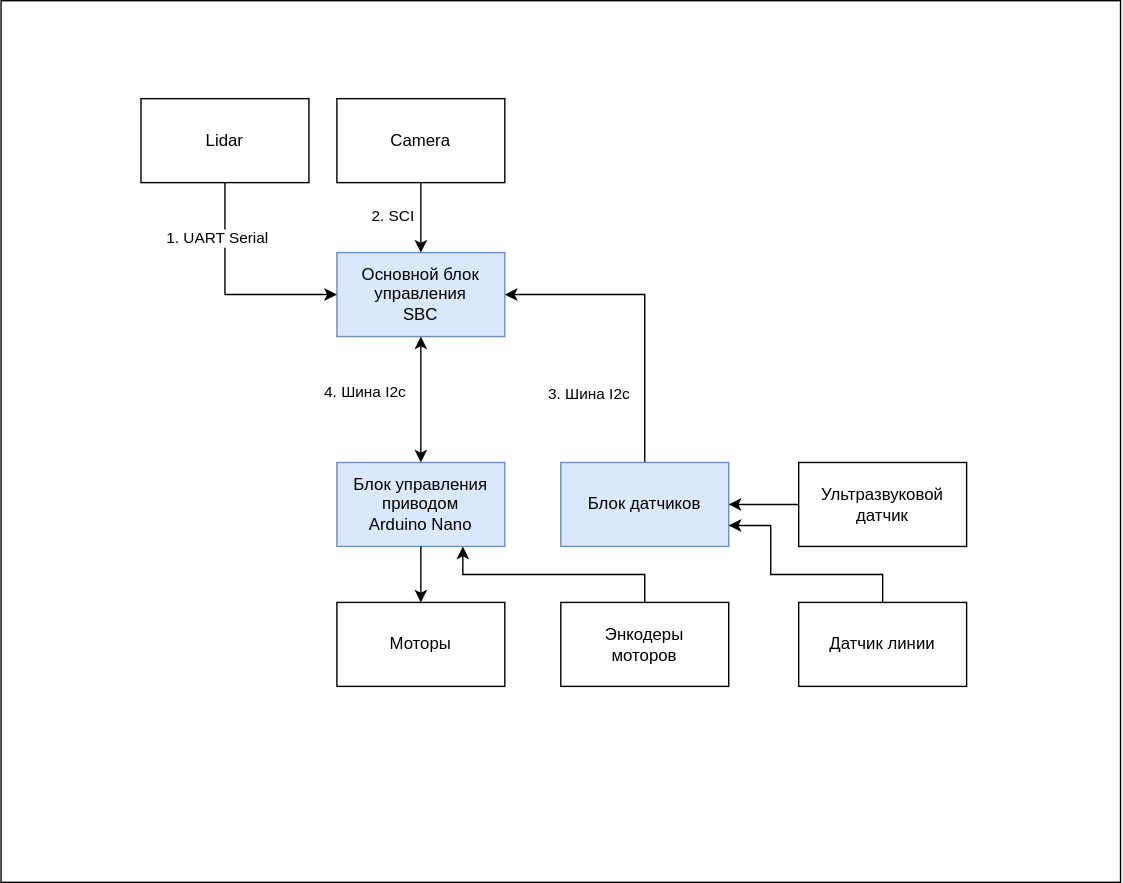
This is docs/media/Component_diagram.svg from makarov-na/turtle-bot, a draw.io export, as it was before one commit. Source tidied: cells renumbered, new cells last; positions are measured from the earlier drawing's top-left corner, leaving out a move shared by most shapes.
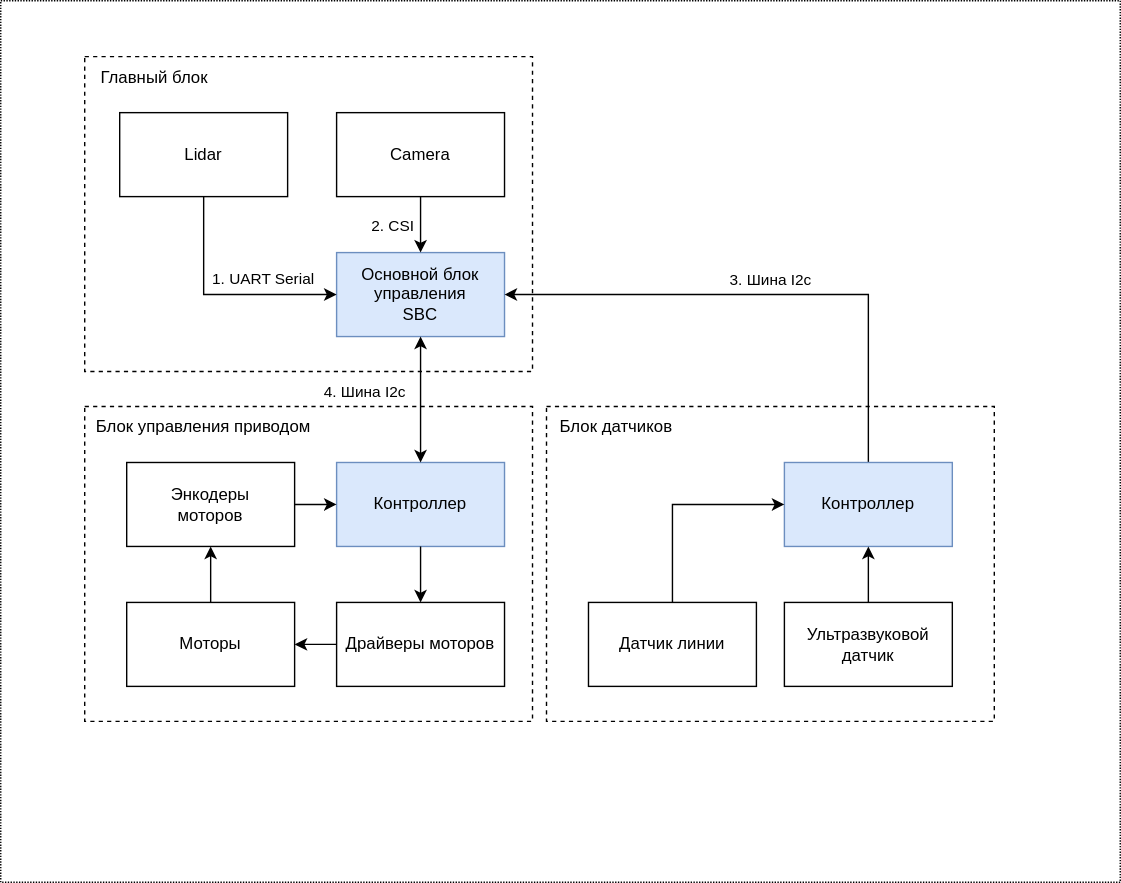
After the commit.

Commit message:
Components architecture diagram

What changed in the source:
```diff
@@ -2,13 +2,22 @@
   <root>
     <mxCell id="0" />
     <mxCell id="1" parent="0" />
-    <mxCell id="2" style="rounded=0;whiteSpace=wrap;html=1;" parent="1" vertex="1">
+    <mxCell id="2" style="rounded=0;whiteSpace=wrap;html=1;dashed=1;dashPattern=1 1;" parent="1" vertex="1">
       <mxGeometry width="800" height="630" as="geometry" />
     </mxCell>
+    <mxCell id="24" value="&lt;div style=&quot;&quot;&gt;&lt;br&gt;&lt;/div&gt;" style="rounded=0;whiteSpace=wrap;html=1;dashed=1;align=left;" parent="1" vertex="1">
+      <mxGeometry x="60" y="40" width="320" height="225" as="geometry" />
+    </mxCell>
+    <mxCell id="25" style="rounded=0;whiteSpace=wrap;html=1;dashed=1;" parent="1" vertex="1">
+      <mxGeometry x="390" y="290" width="320" height="225" as="geometry" />
+    </mxCell>
+    <mxCell id="26" value="&lt;div style=&quot;&quot;&gt;&lt;br&gt;&lt;/div&gt;" style="rounded=0;whiteSpace=wrap;html=1;dashed=1;align=left;" parent="1" vertex="1">
+      <mxGeometry x="60" y="290" width="320" height="225" as="geometry" />
+    </mxCell>
     <mxCell id="3" value="Основной блок управления&lt;br&gt;SBC" style="rounded=0;whiteSpace=wrap;html=1;fillColor=#dae8fc;strokeColor=#6c8ebf;" parent="1" vertex="1">
       <mxGeometry x="240" y="180" width="120" height="60" as="geometry" />
     </mxCell>
-    <mxCell id="4" value="Блок управления приводом&lt;br&gt;Arduino Nano" style="rounded=0;whiteSpace=wrap;html=1;fillColor=#dae8fc;strokeColor=#6c8ebf;" parent="1" vertex="1">
+    <mxCell id="4" value="Контроллер" style="rounded=0;whiteSpace=wrap;html=1;fillColor=#dae8fc;strokeColor=#6c8ebf;" parent="1" vertex="1">
       <mxGeometry x="240" y="330" width="120" height="60" as="geometry" />
     </mxCell>
     <mxCell id="5" style="endArrow=classic;startArrow=classic;html=1;rounded=0;entryX=0.5;entryY=1;entryDx=0;entryDy=0;exitX=0.5;exitY=0;exitDx=0;exitDy=0;" parent="1" edge="1" source="4" target="3">
@@ -24,63 +33,79 @@
     </mxCell>
     <mxCell id="8" value="1. UART Serial&amp;nbsp;" style="edgeLabel;html=1;align=center;verticalAlign=middle;" parent="7" vertex="1">
       <mxGeometry x="-0.51" y="-3" relative="1" as="geometry">
-        <mxPoint x="-1" as="offset" />
+        <mxPoint x="47" y="19" as="offset" />
       </mxGeometry>
     </mxCell>
     <mxCell id="9" value="Lidar" style="rounded=0;whiteSpace=wrap;html=1;" parent="1" vertex="1">
-      <mxGeometry x="100" y="70" width="120" height="60" as="geometry" />
+      <mxGeometry x="85" y="80" width="120" height="60" as="geometry" />
     </mxCell>
     <mxCell id="10" style="edgeStyle=orthogonalEdgeStyle;rounded=0;jettySize=auto;html=1;exitX=0.5;exitY=1;exitDx=0;exitDy=0;entryX=0.5;entryY=0;entryDx=0;entryDy=0;" parent="1" edge="1" source="12" target="3">
       <mxGeometry relative="1" as="geometry" />
     </mxCell>
-    <mxCell id="11" value="2. SCI" style="edgeLabel;html=1;align=center;verticalAlign=middle;" parent="10" vertex="1">
+    <mxCell id="11" value="2. CSI" style="edgeLabel;html=1;align=center;verticalAlign=middle;" parent="10" vertex="1">
       <mxGeometry x="-0.04" y="-4" relative="1" as="geometry">
-        <mxPoint x="-16" as="offset" />
+        <mxPoint x="-16" y="1" as="offset" />
       </mxGeometry>
     </mxCell>
     <mxCell id="12" value="Camera" style="rounded=0;whiteSpace=wrap;html=1;" parent="1" vertex="1">
-      <mxGeometry x="240" y="70" width="120" height="60" as="geometry" />
+      <mxGeometry x="240" y="80" width="120" height="60" as="geometry" />
     </mxCell>
+    <mxCell id="27" style="edgeStyle=orthogonalEdgeStyle;rounded=0;jettySize=auto;html=1;" parent="1" edge="1" source="13" target="23">
+      <mxGeometry relative="1" as="geometry" />
+    </mxCell>
     <mxCell id="13" value="Моторы" style="rounded=0;whiteSpace=wrap;html=1;" parent="1" vertex="1">
-      <mxGeometry x="240" y="430" width="120" height="60" as="geometry" />
+      <mxGeometry x="90" y="430" width="120" height="60" as="geometry" />
     </mxCell>
     <mxCell id="14" style="edgeStyle=orthogonalEdgeStyle;rounded=0;jettySize=auto;html=1;exitX=0.5;exitY=0;exitDx=0;exitDy=0;entryX=1;entryY=0.5;entryDx=0;entryDy=0;" parent="1" edge="1" source="16" target="3">
       <mxGeometry relative="1" as="geometry" />
     </mxCell>
     <mxCell id="15" value="3. Шина I2c" style="edgeLabel;html=1;align=center;verticalAlign=middle;" parent="14" vertex="1">
       <mxGeometry x="-0.25" y="-2" relative="1" as="geometry">
-        <mxPoint x="-42" y="32" as="offset" />
+        <mxPoint x="-48" y="-8" as="offset" />
       </mxGeometry>
     </mxCell>
-    <mxCell id="16" value="Блок датчиков" style="rounded=0;whiteSpace=wrap;html=1;fillColor=#dae8fc;strokeColor=#6c8ebf;" parent="1" vertex="1">
-      <mxGeometry x="400" y="330" width="120" height="60" as="geometry" />
+    <mxCell id="16" value="Контроллер" style="rounded=0;whiteSpace=wrap;html=1;fillColor=#dae8fc;strokeColor=#6c8ebf;" parent="1" vertex="1">
+      <mxGeometry x="560" y="330" width="120" height="60" as="geometry" />
     </mxCell>
-    <mxCell id="17" style="edgeStyle=orthogonalEdgeStyle;rounded=0;jettySize=auto;html=1;exitX=0.5;exitY=0;exitDx=0;exitDy=0;entryX=1;entryY=0.75;entryDx=0;entryDy=0;" parent="1" edge="1" source="18" target="16">
-      <mxGeometry relative="1" as="geometry">
-        <Array as="points">
-          <mxPoint x="630" y="410" />
-          <mxPoint x="550" y="410" />
-          <mxPoint x="550" y="375" />
-        </Array>
-      </mxGeometry>
+    <mxCell id="17" style="edgeStyle=orthogonalEdgeStyle;rounded=0;jettySize=auto;html=1;entryX=0;entryY=0.5;entryDx=0;entryDy=0;exitX=0.5;exitY=0;exitDx=0;exitDy=0;" parent="1" edge="1" source="18" target="16">
+      <mxGeometry relative="1" as="geometry" />
     </mxCell>
     <mxCell id="18" value="Датчик линии" style="rounded=0;whiteSpace=wrap;html=1;" parent="1" vertex="1">
-      <mxGeometry x="570" y="430" width="120" height="60" as="geometry" />
+      <mxGeometry x="420" y="430" width="120" height="60" as="geometry" />
     </mxCell>
-    <mxCell id="19" style="edgeStyle=orthogonalEdgeStyle;rounded=0;jettySize=auto;html=1;exitX=0;exitY=0.5;exitDx=0;exitDy=0;" parent="1" edge="1" source="20" target="16">
+    <mxCell id="19" style="edgeStyle=orthogonalEdgeStyle;rounded=0;jettySize=auto;html=1;" parent="1" edge="1" source="20" target="16">
       <mxGeometry relative="1" as="geometry" />
     </mxCell>
     <mxCell id="20" value="Ультразвуковой датчик" style="rounded=0;whiteSpace=wrap;html=1;" parent="1" vertex="1">
-      <mxGeometry x="570" y="330" width="120" height="60" as="geometry" />
+      <mxGeometry x="560" y="430" width="120" height="60" as="geometry" />
     </mxCell>
-    <mxCell id="21" style="endArrow=classic;html=1;rounded=0;exitX=0.5;exitY=1;exitDx=0;exitDy=0;entryX=0.5;entryY=0;entryDx=0;entryDy=0;" parent="1" edge="1" source="4" target="13">
-      <mxGeometry relative="1" as="geometry" />
-    </mxCell>
-    <mxCell id="22" style="edgeStyle=orthogonalEdgeStyle;rounded=0;jettySize=auto;html=1;exitX=0.5;exitY=0;exitDx=0;exitDy=0;entryX=0.75;entryY=1;entryDx=0;entryDy=0;" parent="1" edge="1" source="23" target="4">
+    <mxCell id="22" style="edgeStyle=orthogonalEdgeStyle;rounded=0;jettySize=auto;html=1;exitX=1;exitY=0.5;exitDx=0;exitDy=0;entryX=0;entryY=0.5;entryDx=0;entryDy=0;" parent="1" edge="1" source="23" target="4">
       <mxGeometry relative="1" as="geometry" />
     </mxCell>
     <mxCell id="23" value="Энкодеры &lt;br&gt;моторов" style="rounded=0;whiteSpace=wrap;html=1;" parent="1" vertex="1">
-      <mxGeometry x="400" y="430" width="120" height="60" as="geometry" />
+      <mxGeometry x="90" y="330" width="120" height="60" as="geometry" />
     </mxCell>
+    <mxCell id="28" value="Драйверы моторов" style="rounded=0;whiteSpace=wrap;html=1;" parent="1" vertex="1">
+      <mxGeometry x="240" y="430" width="120" height="60" as="geometry" />
+    </mxCell>
+    <mxCell id="29" style="endArrow=none;html=1;rounded=0;entryX=0.5;entryY=1;entryDx=0;entryDy=0;exitX=0.5;exitY=0;exitDx=0;exitDy=0;startArrow=classic;startFill=1;endFill=0;" parent="1" edge="1" source="28" target="4">
+      <mxGeometry relative="1" as="geometry">
+        <Array as="points">
+          <mxPoint x="300" y="410" />
+        </Array>
+      </mxGeometry>
+    </mxCell>
+    <mxCell id="30" style="endArrow=classic;html=1;rounded=0;exitX=0;exitY=0.5;exitDx=0;exitDy=0;entryX=1;entryY=0.5;entryDx=0;entryDy=0;" parent="1" edge="1" source="28" target="13">
+      <mxGeometry relative="1" as="geometry" />
+    </mxCell>
+    <mxCell id="31" value="Блок датчиков" style="text;html=1;align=center;verticalAlign=middle;whiteSpace=wrap;rounded=0;" parent="1" vertex="1">
+      <mxGeometry x="390" y="290" width="100" height="30" as="geometry" />
+    </mxCell>
+    <mxCell id="32" value="Блок управления приводом" style="text;html=1;align=center;verticalAlign=middle;whiteSpace=wrap;rounded=0;" parent="1" vertex="1">
+      <mxGeometry x="60" y="290" width="170" height="30" as="geometry" />
+    </mxCell>
+    <mxCell id="33" value="Главный блок" style="text;html=1;align=center;verticalAlign=middle;whiteSpace=wrap;rounded=0;" parent="1" vertex="1">
+      <mxGeometry x="60" y="40" width="100" height="30" as="geometry" />
+    </mxCell>
   </root>
 </mxGraphModel>
```
